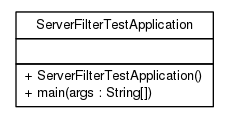
Before: release/build-docker/spring-cloud-service-discovery/spring-cloud-service-filter/testapidocs/cn/home1/cloud/cn.home1.cloud.png, a diagram exported from Graphviz (cloud-ready/cloud-ready). Its source is kept beside it as release/build-docker/spring-cloud-service-discovery/spring-cloud-service-filter/testapidocs/cn/home1/cloud/netflix/eureka/client/cn.home1.cloud.netflix.eureka.client.dot.
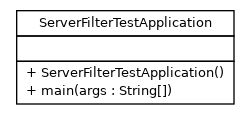
Above is the later version.

Diff of the diagram source:
```diff
@@ -4,18 +4,18 @@
 	node [fontname="Helvetica",fontsize=10,shape=plaintext];
 	nodesep=0.25;
 	ranksep=0.5;
-	c34 [label=<<table title="cn.home1.cloud.netflix.eureka.client.EurekaInstanceServiceGroupAutoConfiguration" border="0" cellborder="1" cellspacing="0" cellpadding="2" port="p" href="./EurekaInstanceServiceGroupAutoConfiguration.html">
+	c34 [label=<<table title="cn.home1.cloud.netflix.eureka.client.EurekaInstanceBuildVersionAutoConfiguration" border="0" cellborder="1" cellspacing="0" cellpadding="2" port="p" href="./EurekaInstanceBuildVersionAutoConfiguration.html">
 		<tr><td><table border="0" cellspacing="0" cellpadding="1">
-<tr><td align="center" balign="center"> EurekaInstanceServiceGroupAutoConfiguration </td></tr>
+<tr><td align="center" balign="center"> EurekaInstanceBuildVersionAutoConfiguration </td></tr>
 		</table></td></tr>
 		<tr><td><table border="0" cellspacing="0" cellpadding="1">
 <tr><td align="left" balign="left">  </td></tr>
 		</table></td></tr>
 		<tr><td><table border="0" cellspacing="0" cellpadding="1">
-<tr><td align="left" balign="left"> + EurekaInstanceServiceGroupAutoConfiguration() </td></tr>
+<tr><td align="left" balign="left"> + EurekaInstanceBuildVersionAutoConfiguration() </td></tr>
 <tr><td align="left" balign="left"> + init() </td></tr>
 		</table></td></tr>
-		</table>>, URL="./EurekaInstanceServiceGroupAutoConfiguration.html", fontname="Helvetica", fontcolor="black", fontsize=10.0];
+		</table>>, URL="./EurekaInstanceBuildVersionAutoConfiguration.html", fontname="Helvetica", fontcolor="black", fontsize=10.0];
 	c35 [label=<<table title="cn.home1.cloud.netflix.eureka.client.EurekaInstanceTestApplication" border="0" cellborder="1" cellspacing="0" cellpadding="2" port="p" href="./EurekaInstanceTestApplication.html">
 		<tr><td><table border="0" cellspacing="0" cellpadding="1">
 <tr><td align="center" balign="center"> EurekaInstanceTestApplication </td></tr>
@@ -43,16 +43,16 @@
 <tr><td align="left" balign="left"> + testEurekaInstance() </td></tr>
 		</table></td></tr>
 		</table>>, URL="./EurekaInstanceTests.html", fontname="Helvetica", fontcolor="black", fontsize=10.0];
-	c37 [label=<<table title="cn.home1.cloud.netflix.eureka.client.EurekaInstanceBuildVersionAutoConfiguration" border="0" cellborder="1" cellspacing="0" cellpadding="2" port="p" href="./EurekaInstanceBuildVersionAutoConfiguration.html">
+	c37 [label=<<table title="cn.home1.cloud.netflix.eureka.client.EurekaInstanceServiceGroupAutoConfiguration" border="0" cellborder="1" cellspacing="0" cellpadding="2" port="p" href="./EurekaInstanceServiceGroupAutoConfiguration.html">
 		<tr><td><table border="0" cellspacing="0" cellpadding="1">
-<tr><td align="center" balign="center"> EurekaInstanceBuildVersionAutoConfiguration </td></tr>
+<tr><td align="center" balign="center"> EurekaInstanceServiceGroupAutoConfiguration </td></tr>
 		</table></td></tr>
 		<tr><td><table border="0" cellspacing="0" cellpadding="1">
 <tr><td align="left" balign="left">  </td></tr>
 		</table></td></tr>
 		<tr><td><table border="0" cellspacing="0" cellpadding="1">
-<tr><td align="left" balign="left"> + EurekaInstanceBuildVersionAutoConfiguration() </td></tr>
+<tr><td align="left" balign="left"> + EurekaInstanceServiceGroupAutoConfiguration() </td></tr>
 <tr><td align="left" balign="left"> + init() </td></tr>
 		</table></td></tr>
-		</table>>, URL="./EurekaInstanceBuildVersionAutoConfiguration.html", fontname="Helvetica", fontcolor="black", fontsize=10.0];
+		</table>>, URL="./EurekaInstanceServiceGroupAutoConfiguration.html", fontname="Helvetica", fontcolor="black", fontsize=10.0];
 }
```
